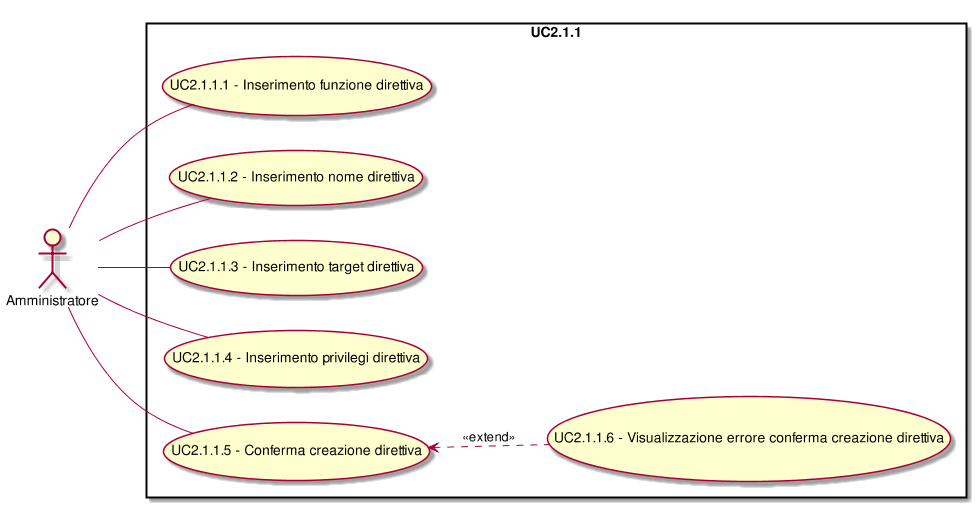
Above: RR/Esterni/AnalisiDeiRequisiti/images/UseCaseUC211.png in CoCodeSWE/Docs (PlantUML), before the change.
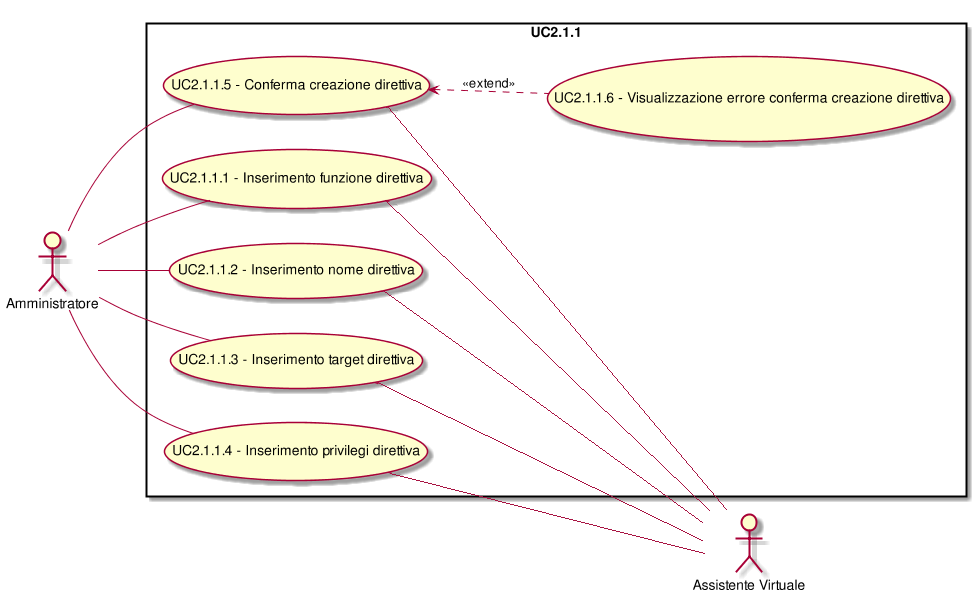
Above is the later version.

The edit, as a diff of the source:
```diff
@@ -3,18 +3,30 @@
 left to right direction
 skinparam packageStyle rect
 :Amministratore:
+:Assistente Virtuale:
 rectangle UC2.1.1{
 (UC2.1.1.5) <.. (UC2.1.1.6): <<extend>>
 ( UC2.1.1.1 - Inserimento funzione direttiva ) as (UC2.1.1.1)
 :Amministratore:--(UC2.1.1.1)
+( UC2.1.1.1 - Inserimento funzione direttiva ) as (UC2.1.1.1)
+(UC2.1.1.1)--:Assistente Virtuale:
 ( UC2.1.1.2 - Inserimento nome direttiva ) as (UC2.1.1.2)
 :Amministratore:--(UC2.1.1.2)
+( UC2.1.1.2 - Inserimento nome direttiva ) as (UC2.1.1.2)
+(UC2.1.1.2)--:Assistente Virtuale:
 ( UC2.1.1.3 - Inserimento target direttiva ) as (UC2.1.1.3)
 :Amministratore:--(UC2.1.1.3)
+( UC2.1.1.3 - Inserimento target direttiva ) as (UC2.1.1.3)
+(UC2.1.1.3)--:Assistente Virtuale:
 ( UC2.1.1.4 - Inserimento privilegi direttiva ) as (UC2.1.1.4)
 :Amministratore:--(UC2.1.1.4)
+( UC2.1.1.4 - Inserimento privilegi direttiva ) as (UC2.1.1.4)
+(UC2.1.1.4)--:Assistente Virtuale:
 ( UC2.1.1.5 - Conferma creazione direttiva ) as (UC2.1.1.5)
 :Amministratore:--(UC2.1.1.5)
+( UC2.1.1.5 - Conferma creazione direttiva ) as (UC2.1.1.5)
+(UC2.1.1.5)--:Assistente Virtuale:
+( UC2.1.1.6 - Visualizzazione errore conferma creazione direttiva ) as (UC2.1.1.6)
 ( UC2.1.1.6 - Visualizzazione errore conferma creazione direttiva ) as (UC2.1.1.6)
 }
 @enduml
```
